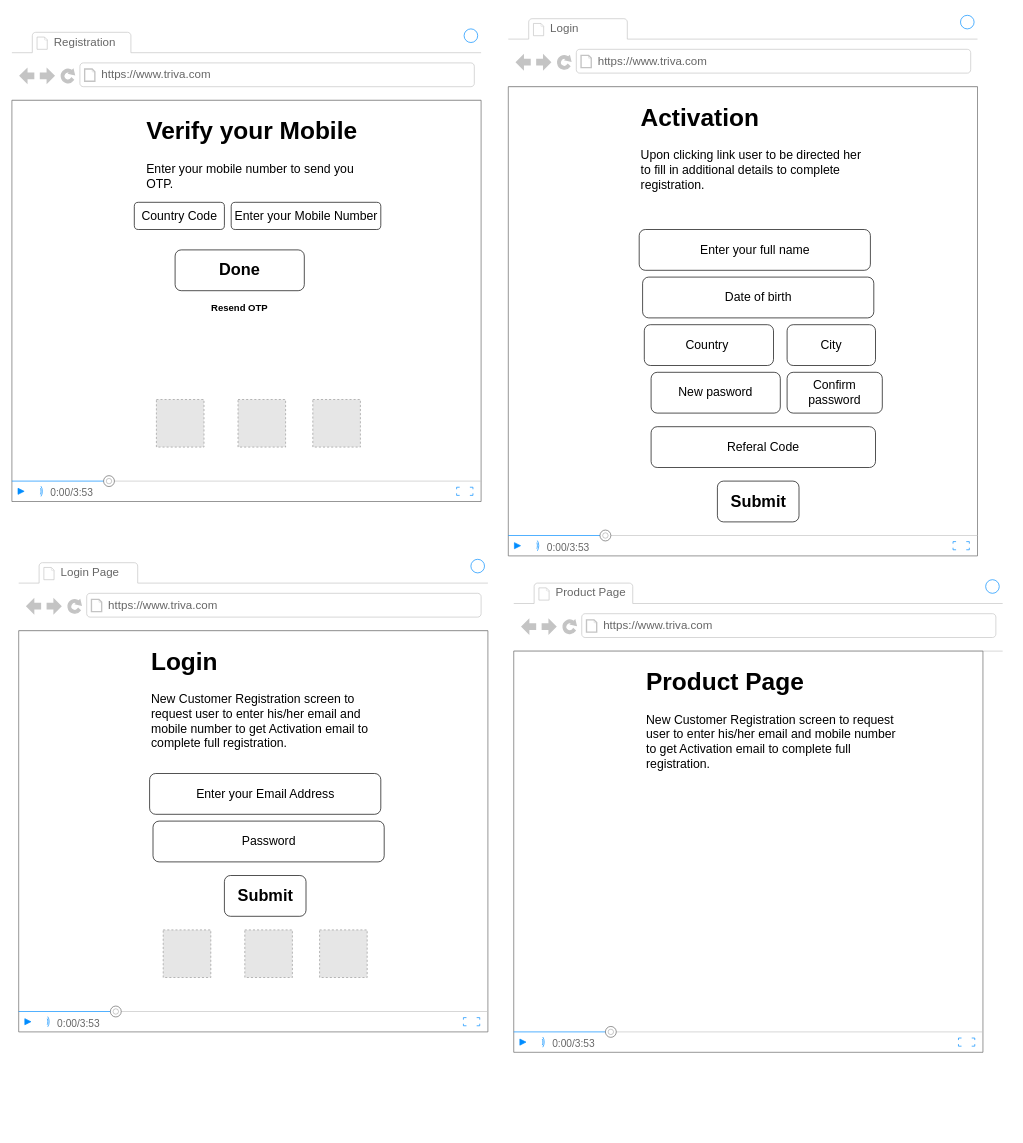
Above: Triva_Registration_V2.drawio in Adityacs001/snippet (draw.io), before the change. Source tidied: cells renumbered, new cells numbered last; positions are measured from the earlier drawing's top-left corner, leaving out a move shared by most shapes. Both pictures are drawn from the tidied source at 68%, with x=0, y=0 at pixel (12, 12). Pictures stored in the file or linked from it are replaced by grey dashed boxes.
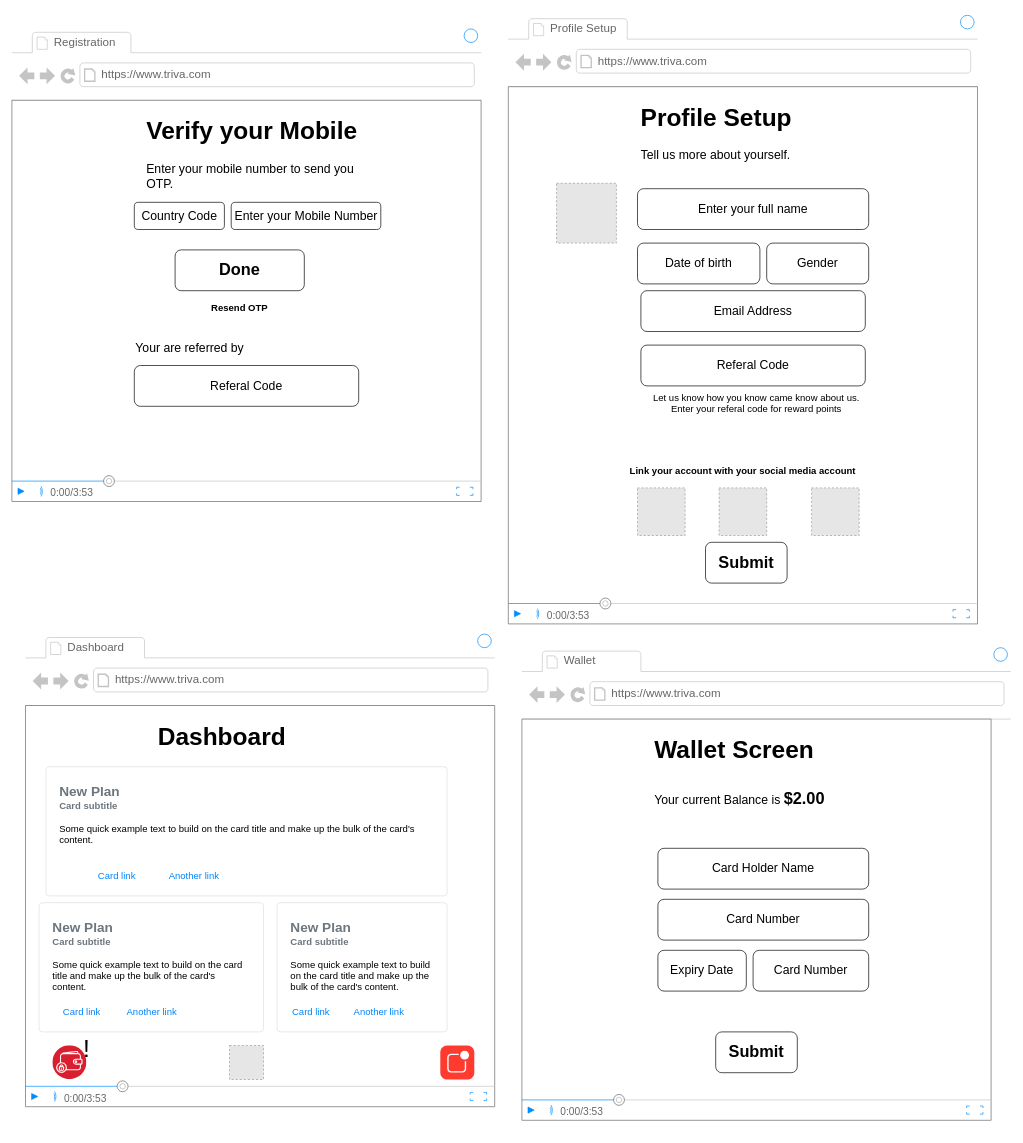
After the change.

Unchanged cells that the change refers to:
```xml
<mxCell id="2" style="strokeWidth=1;shadow=0;dashed=0;align=center;html=1;shape=mxgraph.mockup.containers.browserWindow;rSize=0;strokeColor2=#008cff;strokeColor3=#c4c4c4;mainText=,;strokeColor=#FFFFFF;fontColor=#FFFFFF;" parent="1" vertex="1">
  <mxGeometry y="20" width="690" height="700" as="geometry" />
</mxCell>
```

What changed in the source:
```diff
@@
-    <mxCell id="6" style="fillColor=#E6E6E6;strokeColor=#999999;dashed=1;html=1;verticalAlign=top;verticalLabelPosition=bottom;labelBackgroundColor=#ffffff;fontSize=13;fontColor=#0066CC;" parent="2" vertex="1">
-      <mxGeometry x="212.5" y="550" width="70" height="70" as="geometry" />
-    </mxCell>
-    <mxCell id="7" style="fillColor=#E6E6E6;strokeColor=#999999;dashed=1;html=1;verticalAlign=top;verticalLabelPosition=bottom;labelBackgroundColor=#ffffff;fontSize=13;fontColor=#0066CC;" parent="2" vertex="1">
-      <mxGeometry x="332.5" y="550" width="70" height="70" as="geometry" />
-    </mxCell>
-    <mxCell id="8" style="fillColor=#E6E6E6;strokeColor=#999999;dashed=1;html=1;verticalAlign=top;verticalLabelPosition=bottom;labelBackgroundColor=#ffffff;fontSize=13;fontColor=#0066CC;" parent="2" vertex="1">
-      <mxGeometry x="442.5" y="550" width="70" height="70" as="geometry" />
-    </mxCell>
@@
+    <mxCell id="43" value="&lt;span style=&quot;font-size: 18px&quot;&gt;Referal Code&lt;/span&gt;" style="rounded=1;whiteSpace=wrap;html=1;" parent="2" vertex="1">
+      <mxGeometry x="180" y="500" width="330" height="60" as="geometry" />
+    </mxCell>
+    <mxCell id="44" value="&lt;font style=&quot;font-size: 18px&quot;&gt;Your are referred by&lt;/font&gt;" style="text;html=1;strokeColor=none;fillColor=none;align=left;verticalAlign=middle;whiteSpace=wrap;rounded=0;fontSize=14;" parent="2" vertex="1">
+      <mxGeometry x="180" y="450" width="340" height="50" as="geometry" />
+    </mxCell>
     <mxCell id="14" style="strokeWidth=1;shadow=0;dashed=0;align=center;html=1;shape=mxgraph.mockup.containers.browserWindow;rSize=0;strokeColor2=#008cff;strokeColor3=#c4c4c4;mainText=,;strokeColor=#FFFFFF;fontColor=#FFFFFF;" parent="1" vertex="1">
-      <mxGeometry x="730" width="690" height="800" as="geometry" />
+      <mxGeometry x="730" width="690" height="900" as="geometry" />
     </mxCell>
-    <mxCell id="15" value="Login" style="strokeWidth=1;shadow=0;dashed=0;align=center;html=1;shape=mxgraph.mockup.containers.anchor;fontSize=17;fontColor=#666666;align=left;" parent="14" vertex="1">
+    <mxCell id="15" value="Profile Setup" style="strokeWidth=1;shadow=0;dashed=0;align=center;html=1;shape=mxgraph.mockup.containers.anchor;fontSize=17;fontColor=#666666;align=left;" parent="14" vertex="1">
       <mxGeometry x="60" y="12" width="110" height="26" as="geometry" />
     </mxCell>
@@
     <mxCell id="17" style="verticalLabelPosition=bottom;shadow=0;dashed=0;align=center;html=1;verticalAlign=top;strokeWidth=1;shape=mxgraph.mockup.containers.videoPlayer;strokeColor=#666666;strokeColor2=#008cff;strokeColor3=#c4c4c4;textColor=#666666;fillColor2=#008cff;barHeight=30;barPos=20;" parent="14" vertex="1">
-      <mxGeometry y="110" width="690" height="690" as="geometry" />
+      <mxGeometry y="110" width="690" height="790" as="geometry" />
     </mxCell>
     <mxCell id="18" value="&lt;span style=&quot;font-size: 18px&quot;&gt;Date of birth&lt;/span&gt;" style="rounded=1;whiteSpace=wrap;html=1;" parent="14" vertex="1">
-      <mxGeometry x="197.5" y="390" width="340" height="60" as="geometry" />
+      <mxGeometry x="190" y="340" width="180" height="60" as="geometry" />
     </mxCell>
     <mxCell id="19" value="&lt;font style=&quot;font-size: 18px&quot;&gt;Enter your full name&lt;/font&gt;" style="rounded=1;whiteSpace=wrap;html=1;" parent="14" vertex="1">
-      <mxGeometry x="192.5" y="320" width="340" height="60" as="geometry" />
+      <mxGeometry x="190" y="260" width="340" height="60" as="geometry" />
     </mxCell>
-    <mxCell id="20" value="&lt;h1&gt;Activation&lt;/h1&gt;&lt;p&gt;Upon clicking link user to be directed her to fill in additional details to complete registration.&lt;/p&gt;" style="text;html=1;strokeColor=none;fillColor=none;spacing=5;spacingTop=-20;whiteSpace=wrap;overflow=hidden;rounded=0;fontSize=18;" parent="14" vertex="1">
-      <mxGeometry x="190" y="120" width="350" height="180" as="geometry" />
+    <mxCell id="20" value="&lt;h1&gt;Profile Setup&lt;/h1&gt;&lt;p&gt;Tell us more about yourself.&lt;/p&gt;" style="text;html=1;strokeColor=none;fillColor=none;spacing=5;spacingTop=-20;whiteSpace=wrap;overflow=hidden;rounded=0;fontSize=18;" parent="14" vertex="1">
+      <mxGeometry x="190" y="120" width="350" height="120" as="geometry" />
     </mxCell>
     <mxCell id="21" value="&lt;font style=&quot;font-size: 24px&quot;&gt;&lt;b&gt;Submit&lt;/b&gt;&lt;/font&gt;" style="rounded=1;whiteSpace=wrap;html=1;fontSize=18;" parent="14" vertex="1">
-      <mxGeometry x="307.5" y="690" width="120" height="60" as="geometry" />
+      <mxGeometry x="290" y="780" width="120" height="60" as="geometry" />
     </mxCell>
-    <mxCell id="22" value="&lt;span style=&quot;font-size: 18px&quot;&gt;Country&amp;nbsp;&lt;/span&gt;" style="rounded=1;whiteSpace=wrap;html=1;" parent="14" vertex="1">
-      <mxGeometry x="200" y="460" width="190" height="60" as="geometry" />
+    <mxCell id="22" value="&lt;span style=&quot;font-size: 18px&quot;&gt;Gender&lt;/span&gt;" style="rounded=1;whiteSpace=wrap;html=1;" parent="14" vertex="1">
+      <mxGeometry x="380" y="340" width="150" height="60" as="geometry" />
     </mxCell>
-    <mxCell id="23" value="&lt;span style=&quot;font-size: 18px&quot;&gt;City&lt;/span&gt;" style="rounded=1;whiteSpace=wrap;html=1;" parent="14" vertex="1">
-      <mxGeometry x="410" y="460" width="130" height="60" as="geometry" />
-    </mxCell>
     <mxCell id="24" value="&lt;span style=&quot;font-size: 18px&quot;&gt;Referal Code&lt;/span&gt;" style="rounded=1;whiteSpace=wrap;html=1;" parent="14" vertex="1">
-      <mxGeometry x="210" y="610" width="330" height="60" as="geometry" />
+      <mxGeometry x="195" y="490" width="330" height="60" as="geometry" />
     </mxCell>
-    <mxCell id="25" value="&lt;span style=&quot;font-size: 18px&quot;&gt;New pasword&lt;/span&gt;" style="rounded=1;whiteSpace=wrap;html=1;" parent="14" vertex="1">
-      <mxGeometry x="210" y="530" width="190" height="60" as="geometry" />
-    </mxCell>
-    <mxCell id="26" value="&lt;span style=&quot;font-size: 18px&quot;&gt;Confirm password&lt;/span&gt;" style="rounded=1;whiteSpace=wrap;html=1;" parent="14" vertex="1">
-      <mxGeometry x="410" y="530" width="140" height="60" as="geometry" />
-    </mxCell>
+    <mxCell id="45" value="Let us know how you know came know about us.&lt;br&gt;Enter your referal code for reward points" style="text;html=1;strokeColor=none;fillColor=none;align=center;verticalAlign=middle;whiteSpace=wrap;rounded=0;fontSize=14;" parent="14" vertex="1">
+      <mxGeometry x="195" y="550" width="340" height="50" as="geometry" />
+    </mxCell>
+    <mxCell id="6" style="fillColor=#E6E6E6;strokeColor=#999999;dashed=1;html=1;verticalAlign=top;verticalLabelPosition=bottom;labelBackgroundColor=#ffffff;fontSize=13;fontColor=#0066CC;" parent="14" vertex="1">
+      <mxGeometry x="190" y="700" width="70" height="70" as="geometry" />
+    </mxCell>
+    <mxCell id="7" style="fillColor=#E6E6E6;strokeColor=#999999;dashed=1;html=1;verticalAlign=top;verticalLabelPosition=bottom;labelBackgroundColor=#ffffff;fontSize=13;fontColor=#0066CC;" parent="14" vertex="1">
+      <mxGeometry x="310" y="700" width="70" height="70" as="geometry" />
+    </mxCell>
+    <mxCell id="8" style="fillColor=#E6E6E6;strokeColor=#999999;dashed=1;html=1;verticalAlign=top;verticalLabelPosition=bottom;labelBackgroundColor=#ffffff;fontSize=13;fontColor=#0066CC;" parent="14" vertex="1">
+      <mxGeometry x="446" y="700" width="70" height="70" as="geometry" />
+    </mxCell>
+    <mxCell id="46" value="&lt;font style=&quot;font-size: 14px&quot;&gt;&lt;b&gt;Link your account with your social media account&lt;/b&gt;&lt;/font&gt;" style="text;html=1;strokeColor=none;fillColor=none;align=center;verticalAlign=middle;whiteSpace=wrap;rounded=0;fontSize=14;" parent="14" vertex="1">
+      <mxGeometry x="170" y="660" width="350" height="30" as="geometry" />
+    </mxCell>
+    <mxCell id="47" value="&lt;span style=&quot;font-size: 18px&quot;&gt;Email Address&lt;/span&gt;" style="rounded=1;whiteSpace=wrap;html=1;" parent="14" vertex="1">
+      <mxGeometry x="195" y="410" width="330" height="60" as="geometry" />
+    </mxCell>
+    <mxCell id="48" style="fillColor=#E6E6E6;strokeColor=#999999;dashed=1;html=1;verticalAlign=top;verticalLabelPosition=bottom;labelBackgroundColor=#ffffff;fontSize=18;" parent="14" vertex="1">
+      <mxGeometry x="71" y="252" width="88" height="88" as="geometry" />
+    </mxCell>
     <mxCell id="27" style="strokeWidth=1;shadow=0;dashed=0;align=center;html=1;shape=mxgraph.mockup.containers.browserWindow;rSize=0;strokeColor2=#008cff;strokeColor3=#c4c4c4;mainText=,;strokeColor=#FFFFFF;fontColor=#FFFFFF;" parent="1" vertex="1">
-      <mxGeometry x="10" y="800" width="690" height="700" as="geometry" />
+      <mxGeometry x="20" y="910" width="690" height="700" as="geometry" />
     </mxCell>
-    <mxCell id="28" value="Login Page" style="strokeWidth=1;shadow=0;dashed=0;align=center;html=1;shape=mxgraph.mockup.containers.anchor;fontSize=17;fontColor=#666666;align=left;" parent="27" vertex="1">
+    <mxCell id="28" value="Dashboard" style="strokeWidth=1;shadow=0;dashed=0;align=center;html=1;shape=mxgraph.mockup.containers.anchor;fontSize=17;fontColor=#666666;align=left;" parent="27" vertex="1">
       <mxGeometry x="60" y="12" width="110" height="26" as="geometry" />
     </mxCell>
@@
-    <mxCell id="31" style="fillColor=#E6E6E6;strokeColor=#999999;dashed=1;html=1;verticalAlign=top;verticalLabelPosition=bottom;labelBackgroundColor=#ffffff;fontSize=13;fontColor=#0066CC;" parent="27" vertex="1">
-      <mxGeometry x="212.5" y="550" width="70" height="70" as="geometry" />
-    </mxCell>
-    <mxCell id="32" style="fillColor=#E6E6E6;strokeColor=#999999;dashed=1;html=1;verticalAlign=top;verticalLabelPosition=bottom;labelBackgroundColor=#ffffff;fontSize=13;fontColor=#0066CC;" parent="27" vertex="1">
-      <mxGeometry x="332.5" y="550" width="70" height="70" as="geometry" />
-    </mxCell>
-    <mxCell id="33" style="fillColor=#E6E6E6;strokeColor=#999999;dashed=1;html=1;verticalAlign=top;verticalLabelPosition=bottom;labelBackgroundColor=#ffffff;fontSize=13;fontColor=#0066CC;" parent="27" vertex="1">
-      <mxGeometry x="442.5" y="550" width="70" height="70" as="geometry" />
-    </mxCell>
-    <mxCell id="34" value="&lt;font style=&quot;font-size: 18px&quot;&gt;Password&lt;/font&gt;" style="rounded=1;whiteSpace=wrap;html=1;" parent="27" vertex="1">
-      <mxGeometry x="197.5" y="390" width="340" height="60" as="geometry" />
-    </mxCell>
-    <mxCell id="35" value="&lt;font style=&quot;font-size: 18px&quot;&gt;Enter your Email Address&lt;/font&gt;" style="rounded=1;whiteSpace=wrap;html=1;" parent="27" vertex="1">
-      <mxGeometry x="192.5" y="320" width="340" height="60" as="geometry" />
-    </mxCell>
-    <mxCell id="36" value="&lt;h1&gt;Login&lt;/h1&gt;&lt;p&gt;New Customer Registration screen to request user to enter his/her email and mobile number to get Activation email to complete full registration.&lt;/p&gt;" style="text;html=1;strokeColor=none;fillColor=none;spacing=5;spacingTop=-20;whiteSpace=wrap;overflow=hidden;rounded=0;fontSize=18;" parent="27" vertex="1">
-      <mxGeometry x="190" y="120" width="350" height="180" as="geometry" />
+    <mxCell id="36" value="&lt;h1&gt;Dashboard&lt;/h1&gt;&lt;p&gt;&lt;br&gt;&lt;/p&gt;" style="text;html=1;strokeColor=none;fillColor=none;spacing=5;spacingTop=-20;whiteSpace=wrap;overflow=hidden;rounded=0;fontSize=18;" parent="27" vertex="1">
+      <mxGeometry x="190" y="120" width="350" height="70" as="geometry" />
     </mxCell>
-    <mxCell id="37" value="&lt;font style=&quot;font-size: 24px&quot;&gt;&lt;b&gt;Submit&lt;/b&gt;&lt;/font&gt;" style="rounded=1;whiteSpace=wrap;html=1;fontSize=18;" parent="27" vertex="1">
-      <mxGeometry x="302.5" y="470" width="120" height="60" as="geometry" />
-    </mxCell>
+    <mxCell id="49" style="fillColor=#E6E6E6;strokeColor=#999999;dashed=1;html=1;verticalAlign=top;verticalLabelPosition=bottom;labelBackgroundColor=#ffffff;fontSize=18;" parent="27" vertex="1">
+      <mxGeometry x="300" y="610" width="50" height="50" as="geometry" />
+    </mxCell>
+    <mxCell id="50" style="html=1;strokeWidth=1;shadow=0;dashed=0;shape=mxgraph.ios7.misc.notification;fillColor=#FF3B2F;strokeColor=none;buttonText=;strokeColor2=#222222;fontColor=#222222;fontSize=8;verticalLabelPosition=bottom;verticalAlign=top;align=center;sketch=0;" parent="27" vertex="1">
+      <mxGeometry x="610" y="610" width="50" height="50" as="geometry" />
+    </mxCell>
+    <mxCell id="51" style="perimeter=ellipsePerimeter;html=1;align=center;shadow=0;dashed=0;fontColor=#4277BB;labelBackgroundColor=#ffffff;fontSize=12;spacingTop=3;image;image=img/lib/ibm/blockchain/wallet.svg;" parent="27" vertex="1">
+      <mxGeometry x="40" y="610" width="50" height="50" as="geometry" />
+    </mxCell>
+    <mxCell id="52" value="&lt;font color=&quot;#6c767d&quot;&gt;&lt;b&gt;&lt;font&gt;&lt;span style=&quot;font-size: 20px&quot;&gt;New Plan&lt;/span&gt;&lt;br style=&quot;font-size: 10px&quot;&gt;Card subtitle&lt;br&gt;&lt;/font&gt;&lt;/b&gt;&lt;/font&gt;&lt;br style=&quot;font-size: 14px&quot;&gt;Some quick example text to build on the card title and make up the bulk of the card's content." style="html=1;shadow=0;dashed=0;shape=mxgraph.bootstrap.rrect;rSize=5;strokeColor=#DFDFDF;html=1;whiteSpace=wrap;fillColor=#ffffff;fontColor=#000000;verticalAlign=top;align=left;spacing=20;fontSize=14;" parent="27" vertex="1">
+      <mxGeometry x="30" y="200" width="590" height="190" as="geometry" />
+    </mxCell>
+    <mxCell id="53" value="Card link" style="html=1;shadow=0;dashed=0;shape=mxgraph.bootstrap.rrect;rSize=5;perimeter=none;whiteSpace=wrap;fillColor=none;strokeColor=none;fontColor=#0085FC;fontSize=14;align=center;" parent="52" vertex="1">
+      <mxGeometry y="1" width="188.8" height="40" relative="1" as="geometry">
+        <mxPoint x="10" y="-50" as="offset" />
+      </mxGeometry>
+    </mxCell>
+    <mxCell id="54" value="Another link" style="html=1;shadow=0;dashed=0;shape=mxgraph.bootstrap.rrect;rSize=5;perimeter=none;whiteSpace=wrap;fillColor=none;strokeColor=none;fontColor=#0085FC;fontSize=14;align=center;" parent="52" vertex="1">
+      <mxGeometry y="1" width="236" height="40" relative="1" as="geometry">
+        <mxPoint x="100" y="-50" as="offset" />
+      </mxGeometry>
+    </mxCell>
+    <mxCell id="55" value="!" style="text;html=1;strokeColor=none;fillColor=none;align=center;verticalAlign=middle;whiteSpace=wrap;rounded=0;fontSize=36;" parent="27" vertex="1">
+      <mxGeometry x="60" y="600" width="60" height="30" as="geometry" />
+    </mxCell>
+    <mxCell id="56" value="&lt;font color=&quot;#6c767d&quot;&gt;&lt;b&gt;&lt;font&gt;&lt;span style=&quot;font-size: 20px&quot;&gt;New Plan&lt;/span&gt;&lt;br style=&quot;font-size: 10px&quot;&gt;Card subtitle&lt;br&gt;&lt;/font&gt;&lt;/b&gt;&lt;/font&gt;&lt;br style=&quot;font-size: 14px&quot;&gt;Some quick example text to build on the card title and make up the bulk of the card's content." style="html=1;shadow=0;dashed=0;shape=mxgraph.bootstrap.rrect;rSize=5;strokeColor=#DFDFDF;html=1;whiteSpace=wrap;fillColor=#ffffff;fontColor=#000000;verticalAlign=top;align=left;spacing=20;fontSize=14;" parent="27" vertex="1">
+      <mxGeometry x="20" y="400" width="330" height="190" as="geometry" />
+    </mxCell>
+    <mxCell id="57" value="Card link" style="html=1;shadow=0;dashed=0;shape=mxgraph.bootstrap.rrect;rSize=5;perimeter=none;whiteSpace=wrap;fillColor=none;strokeColor=none;fontColor=#0085FC;fontSize=14;align=center;" parent="56" vertex="1">
+      <mxGeometry y="1" width="105.6" height="40" relative="1" as="geometry">
+        <mxPoint x="10" y="-50" as="offset" />
+      </mxGeometry>
+    </mxCell>
+    <mxCell id="58" value="Another link" style="html=1;shadow=0;dashed=0;shape=mxgraph.bootstrap.rrect;rSize=5;perimeter=none;whiteSpace=wrap;fillColor=none;strokeColor=none;fontColor=#0085FC;fontSize=14;align=center;" parent="56" vertex="1">
+      <mxGeometry y="1" width="132" height="40" relative="1" as="geometry">
+        <mxPoint x="100" y="-50" as="offset" />
+      </mxGeometry>
+    </mxCell>
+    <mxCell id="59" value="&lt;font color=&quot;#6c767d&quot;&gt;&lt;b&gt;&lt;font&gt;&lt;span style=&quot;font-size: 20px&quot;&gt;New Plan&lt;/span&gt;&lt;br style=&quot;font-size: 10px&quot;&gt;Card subtitle&lt;br&gt;&lt;/font&gt;&lt;/b&gt;&lt;/font&gt;&lt;br style=&quot;font-size: 14px&quot;&gt;Some quick example text to build on the card title and make up the bulk of the card's content." style="html=1;shadow=0;dashed=0;shape=mxgraph.bootstrap.rrect;rSize=5;strokeColor=#DFDFDF;html=1;whiteSpace=wrap;fillColor=#ffffff;fontColor=#000000;verticalAlign=top;align=left;spacing=20;fontSize=14;" parent="27" vertex="1">
+      <mxGeometry x="370" y="400" width="250" height="190" as="geometry" />
+    </mxCell>
+    <mxCell id="60" value="Card link" style="html=1;shadow=0;dashed=0;shape=mxgraph.bootstrap.rrect;rSize=5;perimeter=none;whiteSpace=wrap;fillColor=none;strokeColor=none;fontColor=#0085FC;fontSize=14;align=center;" parent="59" vertex="1">
+      <mxGeometry y="1" width="80" height="40" relative="1" as="geometry">
+        <mxPoint x="10" y="-50" as="offset" />
+      </mxGeometry>
+    </mxCell>
+    <mxCell id="61" value="Another link" style="html=1;shadow=0;dashed=0;shape=mxgraph.bootstrap.rrect;rSize=5;perimeter=none;whiteSpace=wrap;fillColor=none;strokeColor=none;fontColor=#0085FC;fontSize=14;align=center;" parent="59" vertex="1">
+      <mxGeometry y="1" width="100" height="40" relative="1" as="geometry">
+        <mxPoint x="100" y="-50" as="offset" />
+      </mxGeometry>
+    </mxCell>
     <mxCell id="38" style="strokeWidth=1;shadow=0;dashed=0;align=center;html=1;shape=mxgraph.mockup.containers.browserWindow;rSize=0;strokeColor2=#008cff;strokeColor3=#c4c4c4;mainText=,;strokeColor=#FFFFFF;fontColor=#FFFFFF;" parent="1" vertex="1">
-      <mxGeometry x="738" y="830" width="719" height="716" as="geometry" />
+      <mxGeometry x="750" y="930" width="719" height="716" as="geometry" />
     </mxCell>
-    <mxCell id="39" value="Product Page" style="strokeWidth=1;shadow=0;dashed=0;align=center;html=1;shape=mxgraph.mockup.containers.anchor;fontSize=17;fontColor=#666666;align=left;" parent="38" vertex="1">
+    <mxCell id="39" value="Wallet" style="strokeWidth=1;shadow=0;dashed=0;align=center;html=1;shape=mxgraph.mockup.containers.anchor;fontSize=17;fontColor=#666666;align=left;" parent="38" vertex="1">
       <mxGeometry x="60" y="12" width="110" height="26" as="geometry" />
     </mxCell>
@@
-    <mxCell id="42" value="&lt;h1&gt;Product Page&lt;/h1&gt;&lt;p&gt;New Customer Registration screen to request user to enter his/her email and mobile number to get Activation email to complete full registration.&lt;/p&gt;" style="text;html=1;strokeColor=none;fillColor=none;spacing=5;spacingTop=-20;whiteSpace=wrap;overflow=hidden;rounded=0;fontSize=18;" parent="38" vertex="1">
-      <mxGeometry x="190" y="120" width="380" height="400" as="geometry" />
+    <mxCell id="42" value="&lt;h1&gt;&lt;span&gt;&lt;font style=&quot;font-size: 36px&quot;&gt;Wallet Screen&lt;/font&gt;&lt;/span&gt;&lt;/h1&gt;&lt;h1&gt;&lt;span style=&quot;font-size: 18px ; font-weight: 400&quot;&gt;Your current Balance is &lt;/span&gt;&lt;font style=&quot;font-size: 24px&quot;&gt;$2.00&lt;/font&gt;&lt;/h1&gt;" style="text;html=1;strokeColor=none;fillColor=none;spacing=5;spacingTop=-20;whiteSpace=wrap;overflow=hidden;rounded=0;fontSize=18;" parent="38" vertex="1">
+      <mxGeometry x="190" y="120" width="380" height="140" as="geometry" />
     </mxCell>
+    <mxCell id="62" value="&lt;span style=&quot;font-size: 18px&quot;&gt;Card Holder Name&lt;/span&gt;" style="rounded=1;whiteSpace=wrap;html=1;" parent="38" vertex="1">
+      <mxGeometry x="200" y="300" width="310" height="60" as="geometry" />
+    </mxCell>
+    <mxCell id="63" value="&lt;span style=&quot;font-size: 18px&quot;&gt;Card Number&lt;/span&gt;" style="rounded=1;whiteSpace=wrap;html=1;" parent="38" vertex="1">
+      <mxGeometry x="200" y="375" width="310" height="60" as="geometry" />
+    </mxCell>
+    <mxCell id="64" value="&lt;span style=&quot;font-size: 18px&quot;&gt;Expiry Date&lt;/span&gt;" style="rounded=1;whiteSpace=wrap;html=1;" parent="38" vertex="1">
+      <mxGeometry x="200" y="450" width="130" height="60" as="geometry" />
+    </mxCell>
+    <mxCell id="65" value="&lt;span style=&quot;font-size: 18px&quot;&gt;Card Number&lt;/span&gt;" style="rounded=1;whiteSpace=wrap;html=1;" parent="38" vertex="1">
+      <mxGeometry x="340" y="450" width="170" height="60" as="geometry" />
+    </mxCell>
+    <mxCell id="37" value="&lt;font style=&quot;font-size: 24px&quot;&gt;&lt;b&gt;Submit&lt;/b&gt;&lt;/font&gt;" style="rounded=1;whiteSpace=wrap;html=1;fontSize=18;" parent="38" vertex="1">
+      <mxGeometry x="285" y="570" width="120" height="60" as="geometry" />
+    </mxCell>
```
